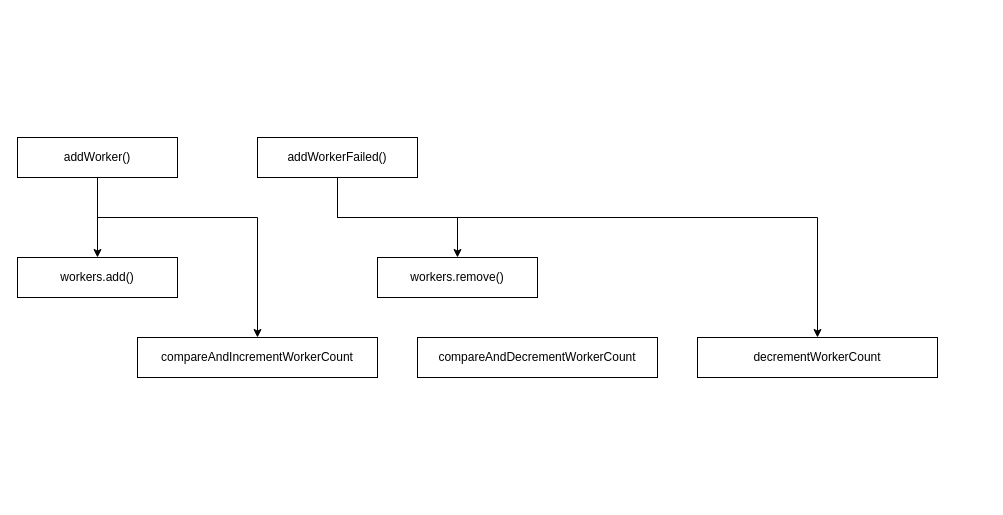
zhongchun/daily keeps this draw.io diagram as graphs/thread_pool_executor.drawio. Above is the earlier version. Source tidied: cells renumbered, new cells numbered last; positions are measured from the earlier drawing's top-left corner, leaving out a move shared by most shapes. Both pictures are drawn from the tidied source at 100%, with x=0, y=0 at pixel (17, 137).
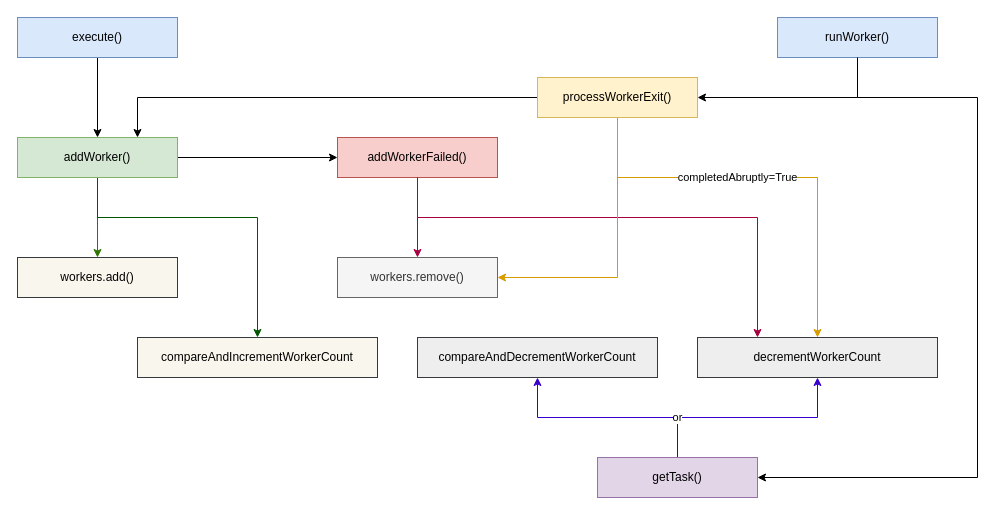
The same page after the edit.

What changed in the source:
```diff
@@
-    <mxCell id="2" value="compareAndIncrementWorkerCount" style="rounded=0;whiteSpace=wrap;html=1;" parent="1" vertex="1">
+    <mxCell id="2" value="compareAndIncrementWorkerCount" style="rounded=0;whiteSpace=wrap;html=1;fillColor=#f9f7ed;strokeColor=#36393d;" parent="1" vertex="1">
       <mxGeometry x="120" y="200" width="240" height="40" as="geometry" />
     </mxCell>
-    <mxCell id="3" value="compareAndDecrementWorkerCount" style="rounded=0;whiteSpace=wrap;html=1;" parent="1" vertex="1">
+    <mxCell id="3" value="compareAndDecrementWorkerCount" style="rounded=0;whiteSpace=wrap;html=1;fillColor=#eeeeee;strokeColor=#36393d;" parent="1" vertex="1">
       <mxGeometry x="400" y="200" width="240" height="40" as="geometry" />
     </mxCell>
-    <mxCell id="4" value="decrementWorkerCount" style="rounded=0;whiteSpace=wrap;html=1;" parent="1" vertex="1">
+    <mxCell id="4" value="decrementWorkerCount" style="rounded=0;whiteSpace=wrap;html=1;fillColor=#eeeeee;strokeColor=#36393d;" parent="1" vertex="1">
       <mxGeometry x="680" y="200" width="240" height="40" as="geometry" />
     </mxCell>
-    <mxCell id="5" value="workers.add()" style="rounded=0;whiteSpace=wrap;html=1;" parent="1" vertex="1">
+    <mxCell id="5" value="workers.add()" style="rounded=0;whiteSpace=wrap;html=1;fillColor=#f9f7ed;strokeColor=#36393d;" parent="1" vertex="1">
       <mxGeometry y="120" width="160" height="40" as="geometry" />
     </mxCell>
-    <mxCell id="6" value="workers.remove()" style="rounded=0;whiteSpace=wrap;html=1;" parent="1" vertex="1">
-      <mxGeometry x="360" y="120" width="160" height="40" as="geometry" />
+    <mxCell id="6" value="workers.remove()" style="rounded=0;whiteSpace=wrap;html=1;fillColor=#f5f5f5;fontColor=#333333;strokeColor=#666666;" parent="1" vertex="1">
+      <mxGeometry x="320" y="120" width="160" height="40" as="geometry" />
     </mxCell>
-    <mxCell id="7" style="edgeStyle=orthogonalEdgeStyle;rounded=0;jettySize=auto;html=1;" parent="1" edge="1" source="9" target="5">
+    <mxCell id="7" style="edgeStyle=orthogonalEdgeStyle;rounded=0;jettySize=auto;html=1;fillColor=#60a917;strokeColor=#2D7600;" parent="1" edge="1" source="9" target="5">
       <mxGeometry relative="1" as="geometry" />
     </mxCell>
-    <mxCell id="8" style="edgeStyle=orthogonalEdgeStyle;rounded=0;jettySize=auto;html=1;" parent="1" edge="1" source="9" target="2">
+    <mxCell id="8" style="edgeStyle=orthogonalEdgeStyle;rounded=0;jettySize=auto;html=1;fillColor=#008a00;strokeColor=#005700;" parent="1" edge="1" source="9" target="2">
       <mxGeometry relative="1" as="geometry">
         <Array as="points">
           <mxPoint x="80" y="80" />
           <mxPoint x="240" y="80" />
         </Array>
       </mxGeometry>
     </mxCell>
+    <mxCell id="13" style="edgeStyle=orthogonalEdgeStyle;rounded=0;jettySize=auto;html=1;entryX=0;entryY=0.5;entryDx=0;entryDy=0;" parent="1" edge="1" source="9" target="11">
+      <mxGeometry relative="1" as="geometry" />
+    </mxCell>
-    <mxCell id="9" value="addWorker()" style="rounded=0;whiteSpace=wrap;html=1;" parent="1" vertex="1">
+    <mxCell id="9" value="addWorker()" style="rounded=0;whiteSpace=wrap;html=1;fillColor=#d5e8d4;strokeColor=#82b366;" parent="1" vertex="1">
       <mxGeometry width="160" height="40" as="geometry" />
     </mxCell>
-    <mxCell id="10" style="edgeStyle=orthogonalEdgeStyle;rounded=0;jettySize=auto;html=1;entryX=0.5;entryY=0;entryDx=0;entryDy=0;" parent="1" edge="1" source="11" target="6">
+    <mxCell id="10" style="edgeStyle=orthogonalEdgeStyle;rounded=0;jettySize=auto;html=1;entryX=0.5;entryY=0;entryDx=0;entryDy=0;fillColor=#d80073;strokeColor=#A50040;" parent="1" edge="1" source="11" target="6">
       <mxGeometry relative="1" as="geometry" />
     </mxCell>
-    <mxCell id="11" value="addWorkerFailed()" style="rounded=0;whiteSpace=wrap;html=1;" parent="1" vertex="1">
-      <mxGeometry x="240" width="160" height="40" as="geometry" />
+    <mxCell id="11" value="addWorkerFailed()" style="rounded=0;whiteSpace=wrap;html=1;fillColor=#f8cecc;strokeColor=#b85450;" parent="1" vertex="1">
+      <mxGeometry x="320" width="160" height="40" as="geometry" />
     </mxCell>
-    <mxCell id="12" style="edgeStyle=orthogonalEdgeStyle;rounded=0;jettySize=auto;html=1;exitX=0.5;exitY=1;exitDx=0;exitDy=0;" parent="1" edge="1" source="11" target="4">
+    <mxCell id="12" style="rounded=0;jettySize=auto;html=1;exitX=0.5;exitY=1;exitDx=0;exitDy=0;entryX=0.25;entryY=0;entryDx=0;entryDy=0;fillColor=#d80073;strokeColor=#A50040;edgeStyle=orthogonalEdgeStyle;" parent="1" edge="1" source="11" target="4">
       <mxGeometry relative="1" as="geometry">
         <Array as="points">
-          <mxPoint x="320" y="80" />
-          <mxPoint x="800" y="80" />
+          <mxPoint x="400" y="80" />
+          <mxPoint x="740" y="80" />
         </Array>
       </mxGeometry>
     </mxCell>
+    <mxCell id="14" style="edgeStyle=orthogonalEdgeStyle;rounded=0;jettySize=auto;html=1;entryX=0.5;entryY=0;entryDx=0;entryDy=0;fillColor=#ffe6cc;strokeColor=#d79b00;exitX=0.5;exitY=1;exitDx=0;exitDy=0;" parent="1" edge="1" source="18" target="4">
+      <mxGeometry relative="1" as="geometry">
+        <Array as="points">
+          <mxPoint x="600" y="40" />
+          <mxPoint x="800" y="40" />
+        </Array>
+      </mxGeometry>
+    </mxCell>
+    <mxCell id="15" value="completedAbruptly=True" style="edgeLabel;html=1;align=center;verticalAlign=middle;" parent="14" vertex="1">
+      <mxGeometry x="-0.15" relative="1" as="geometry">
+        <mxPoint y="-1" as="offset" />
+      </mxGeometry>
+    </mxCell>
+    <mxCell id="16" style="edgeStyle=orthogonalEdgeStyle;rounded=0;jettySize=auto;html=1;entryX=1;entryY=0.5;entryDx=0;entryDy=0;fillColor=#ffe6cc;strokeColor=#d79b00;exitX=0.5;exitY=1;exitDx=0;exitDy=0;" parent="1" edge="1" source="18" target="6">
+      <mxGeometry relative="1" as="geometry" />
+    </mxCell>
+    <mxCell id="17" style="edgeStyle=orthogonalEdgeStyle;rounded=0;jettySize=auto;html=1;entryX=0.75;entryY=0;entryDx=0;entryDy=0;" parent="1" edge="1" source="18" target="9">
+      <mxGeometry relative="1" as="geometry" />
+    </mxCell>
+    <mxCell id="18" value="processWorkerExit()" style="rounded=0;whiteSpace=wrap;html=1;fillColor=#fff2cc;strokeColor=#d6b656;" parent="1" vertex="1">
+      <mxGeometry x="520" y="-60" width="160" height="40" as="geometry" />
+    </mxCell>
+    <mxCell id="19" style="rounded=0;jettySize=auto;html=1;exitX=0.5;exitY=0;exitDx=0;exitDy=0;fillColor=#6a00ff;strokeColor=#3700CC;edgeStyle=orthogonalEdgeStyle;" parent="1" edge="1" source="22" target="3">
+      <mxGeometry relative="1" as="geometry" />
+    </mxCell>
+    <mxCell id="20" style="rounded=0;jettySize=auto;html=1;entryX=0.5;entryY=1;entryDx=0;entryDy=0;fillColor=#6a00ff;strokeColor=#3700CC;exitX=0.5;exitY=0;exitDx=0;exitDy=0;edgeStyle=orthogonalEdgeStyle;" parent="1" edge="1" source="22" target="4">
+      <mxGeometry relative="1" as="geometry" />
+    </mxCell>
+    <mxCell id="21" value="or" style="edgeLabel;html=1;align=center;verticalAlign=middle;" parent="20" vertex="1">
+      <mxGeometry x="-0.69" y="1" relative="1" as="geometry">
+        <mxPoint y="-7" as="offset" />
+      </mxGeometry>
+    </mxCell>
+    <mxCell id="22" value="getTask()" style="rounded=0;whiteSpace=wrap;html=1;fillColor=#e1d5e7;strokeColor=#9673a6;" parent="1" vertex="1">
+      <mxGeometry x="580" y="320" width="160" height="40" as="geometry" />
+    </mxCell>
+    <mxCell id="23" style="edgeStyle=orthogonalEdgeStyle;rounded=0;jettySize=auto;html=1;" parent="1" edge="1" source="24" target="9">
+      <mxGeometry relative="1" as="geometry" />
+    </mxCell>
+    <mxCell id="24" value="execute()" style="rounded=0;whiteSpace=wrap;html=1;fillColor=#dae8fc;strokeColor=#6c8ebf;" parent="1" vertex="1">
+      <mxGeometry y="-120" width="160" height="40" as="geometry" />
+    </mxCell>
+    <mxCell id="25" style="rounded=0;jettySize=auto;html=1;entryX=1;entryY=0.5;entryDx=0;entryDy=0;exitX=0.5;exitY=1;exitDx=0;exitDy=0;edgeStyle=orthogonalEdgeStyle;" parent="1" edge="1" source="26" target="22">
+      <mxGeometry relative="1" as="geometry">
+        <Array as="points">
+          <mxPoint x="840" y="-40" />
+          <mxPoint x="960" y="-40" />
+          <mxPoint x="960" y="340" />
+        </Array>
+      </mxGeometry>
+    </mxCell>
+    <mxCell id="26" value="runWorker()" style="rounded=0;whiteSpace=wrap;html=1;fillColor=#dae8fc;strokeColor=#6c8ebf;" parent="1" vertex="1">
+      <mxGeometry x="760" y="-120" width="160" height="40" as="geometry" />
+    </mxCell>
+    <mxCell id="27" style="rounded=0;jettySize=auto;html=1;entryX=1;entryY=0.5;entryDx=0;entryDy=0;exitX=0.5;exitY=1;exitDx=0;exitDy=0;edgeStyle=orthogonalEdgeStyle;" parent="1" edge="1" source="26" target="18">
+      <mxGeometry relative="1" as="geometry" />
+    </mxCell>
```
